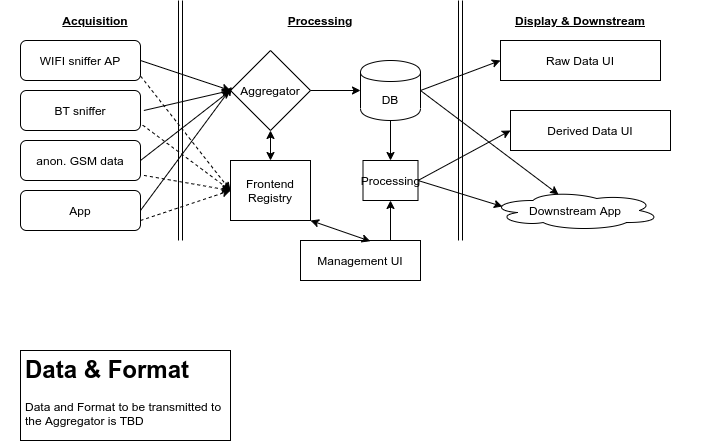
This is tech overview.png from WVV-0012-72/StayOrGo.design, a draw.io export, as it was before one commit. Source tidied: cells renumbered, new cells last; positions are measured from the earlier drawing's top-left corner, leaving out a move shared by most shapes.
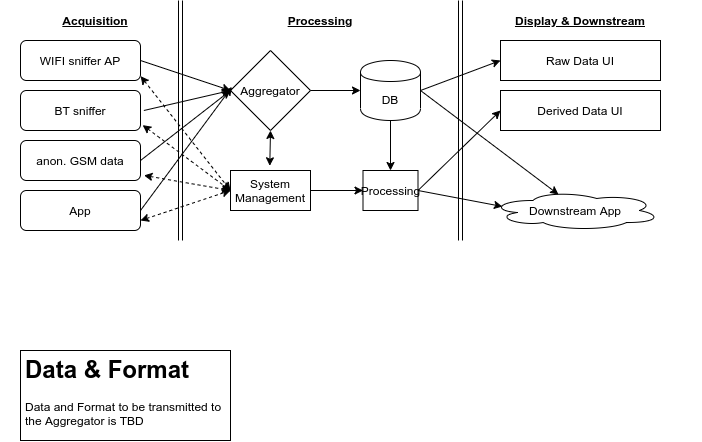
After the change.

Diff of the diagram source:
```diff
@@ -58,11 +58,11 @@
         <mxPoint x="390" y="120" as="sourcePoint" />
       </mxGeometry>
     </mxCell>
-    <mxCell id="18" value="Management UI" style="rounded=0;whiteSpace=wrap;html=1;" parent="1" vertex="1">
-      <mxGeometry x="300" y="240" width="120" height="40" as="geometry" />
+    <mxCell id="18" value="System Management" style="rounded=0;whiteSpace=wrap;html=1;" parent="1" vertex="1">
+      <mxGeometry x="230" y="170" width="80" height="40" as="geometry" />
     </mxCell>
     <mxCell id="19" value="Processing" style="rounded=0;whiteSpace=wrap;html=1;" parent="1" vertex="1">
-      <mxGeometry x="362.5" y="160" width="55" height="40" as="geometry" />
+      <mxGeometry x="362.5" y="170" width="55" height="40" as="geometry" />
     </mxCell>
     <mxCell id="20" value="Raw Data UI" style="rounded=0;whiteSpace=wrap;html=1;" parent="1" vertex="1">
       <mxGeometry x="500" y="40" width="160" height="40" as="geometry" />
@@ -87,34 +87,36 @@
     <mxCell id="26" value="&lt;h1&gt;Data &amp;amp; Format&lt;/h1&gt;&lt;p&gt;Data and Format to be transmitted to the Aggregator is TBD&lt;/p&gt;" style="text;html=1;strokeColor=#000000;fillColor=#ffffff;spacing=5;spacingTop=-20;whiteSpace=wrap;overflow=hidden;rounded=0;" parent="1" vertex="1">
       <mxGeometry x="20" y="350" width="210" height="90" as="geometry" />
     </mxCell>
-    <mxCell id="27" value="Frontend Registry" style="rounded=0;whiteSpace=wrap;html=1;strokeColor=#000000;fillColor=#ffffff;" parent="1" vertex="1">
-      <mxGeometry x="230" y="160" width="80" height="60" as="geometry" />
-    </mxCell>
-    <mxCell id="28" style="endArrow=classic;html=1;dashed=1;exitX=1.001;exitY=0.891;exitDx=0;exitDy=0;exitPerimeter=0;entryX=0;entryY=0.5;entryDx=0;entryDy=0;" parent="1" edge="1" source="3" target="27">
-      <mxGeometry relative="1" as="geometry" />
+    <mxCell id="28" style="endArrow=classic;html=1;dashed=1;exitX=1.001;exitY=0.891;exitDx=0;exitDy=0;exitPerimeter=0;entryX=0;entryY=0.5;entryDx=0;entryDy=0;startArrow=classic;startFill=1;" parent="1" edge="1" source="3">
+      <mxGeometry relative="1" as="geometry">
+        <mxPoint x="230" y="190" as="targetPoint" />
+      </mxGeometry>
     </mxCell>
-    <mxCell id="29" style="endArrow=classic;html=1;dashed=1;exitX=1.018;exitY=0.865;exitDx=0;exitDy=0;exitPerimeter=0;entryX=0;entryY=0.5;entryDx=0;entryDy=0;" parent="1" edge="1" source="4" target="27">
-      <mxGeometry relative="1" as="geometry" />
+    <mxCell id="29" style="endArrow=classic;html=1;dashed=1;exitX=1.018;exitY=0.865;exitDx=0;exitDy=0;exitPerimeter=0;entryX=0;entryY=0.5;entryDx=0;entryDy=0;startArrow=classic;startFill=1;" parent="1" edge="1" source="4">
+      <mxGeometry relative="1" as="geometry">
+        <mxPoint x="230" y="190" as="targetPoint" />
+      </mxGeometry>
     </mxCell>
-    <mxCell id="30" style="endArrow=classic;html=1;dashed=1;exitX=1.029;exitY=0.873;exitDx=0;exitDy=0;exitPerimeter=0;entryX=0;entryY=0.5;entryDx=0;entryDy=0;" parent="1" edge="1" source="5" target="27">
-      <mxGeometry relative="1" as="geometry" />
+    <mxCell id="30" style="endArrow=classic;html=1;dashed=1;exitX=1.029;exitY=0.873;exitDx=0;exitDy=0;exitPerimeter=0;entryX=0;entryY=0.5;entryDx=0;entryDy=0;startArrow=classic;startFill=1;" parent="1" edge="1" source="5">
+      <mxGeometry relative="1" as="geometry">
+        <mxPoint x="230" y="190" as="targetPoint" />
+      </mxGeometry>
     </mxCell>
-    <mxCell id="31" style="endArrow=classic;html=1;dashed=1;exitX=1;exitY=0.75;exitDx=0;exitDy=0;entryX=0;entryY=0.5;entryDx=0;entryDy=0;" parent="1" edge="1" source="6" target="27">
-      <mxGeometry relative="1" as="geometry" />
+    <mxCell id="31" style="endArrow=classic;html=1;dashed=1;exitX=1;exitY=0.75;exitDx=0;exitDy=0;entryX=0;entryY=0.5;entryDx=0;entryDy=0;startArrow=classic;startFill=1;" parent="1" edge="1" source="6">
+      <mxGeometry relative="1" as="geometry">
+        <mxPoint x="230" y="190" as="targetPoint" />
+      </mxGeometry>
     </mxCell>
     <mxCell id="32" value="Derived Data UI" style="rounded=0;whiteSpace=wrap;html=1;" parent="1" vertex="1">
-      <mxGeometry x="510" y="110" width="160" height="40" as="geometry" />
+      <mxGeometry x="500" y="90" width="160" height="40" as="geometry" />
     </mxCell>
-    <mxCell id="33" style="endArrow=classic;startArrow=classic;html=1;exitX=1;exitY=1;exitDx=0;exitDy=0;entryX=0.582;entryY=0.018;entryDx=0;entryDy=0;entryPerimeter=0;" parent="1" edge="1" source="27" target="18">
-      <mxGeometry relative="1" as="geometry" />
-    </mxCell>
-    <mxCell id="34" style="endArrow=classic;startArrow=classic;html=1;exitX=0.5;exitY=1;exitDx=0;exitDy=0;entryX=0.5;entryY=0;entryDx=0;entryDy=0;" parent="1" edge="1" source="9" target="27">
+    <mxCell id="34" style="endArrow=classic;startArrow=classic;html=1;exitX=0.5;exitY=1;exitDx=0;exitDy=0;entryX=0.491;entryY=-0.118;entryDx=0;entryDy=0;entryPerimeter=0;" parent="1" edge="1" source="9" target="18">
       <mxGeometry relative="1" as="geometry" />
     </mxCell>
     <mxCell id="35" style="endArrow=classic;html=1;entryX=0;entryY=0.5;entryDx=0;entryDy=0;exitX=1;exitY=0.5;exitDx=0;exitDy=0;" parent="1" edge="1" source="19" target="32">
       <mxGeometry relative="1" as="geometry" />
     </mxCell>
-    <mxCell id="36" style="endArrow=classic;html=1;exitX=0.75;exitY=0;exitDx=0;exitDy=0;entryX=0.5;entryY=1;entryDx=0;entryDy=0;" parent="1" edge="1" source="18" target="19">
+    <mxCell id="36" style="endArrow=classic;html=1;exitX=1;exitY=0.5;exitDx=0;exitDy=0;entryX=0;entryY=0.5;entryDx=0;entryDy=0;" parent="1" edge="1" source="18" target="19">
       <mxGeometry relative="1" as="geometry" />
     </mxCell>
   </root>
```
